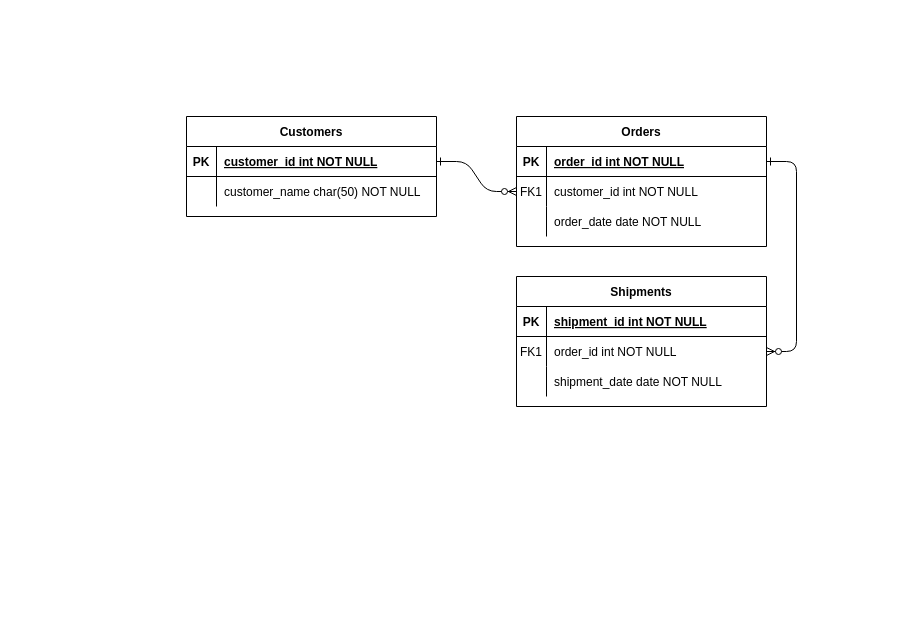
Earlier version of the draw.io diagram Diagramme sans nom.drawio (lina48/project-poo). Source tidied: cells renumbered, new cells numbered last; positions are measured from the earlier drawing's top-left corner, leaving out a move shared by most shapes. Both pictures are drawn from the tidied source at 100%, with x=0, y=0 at pixel (186, 116).
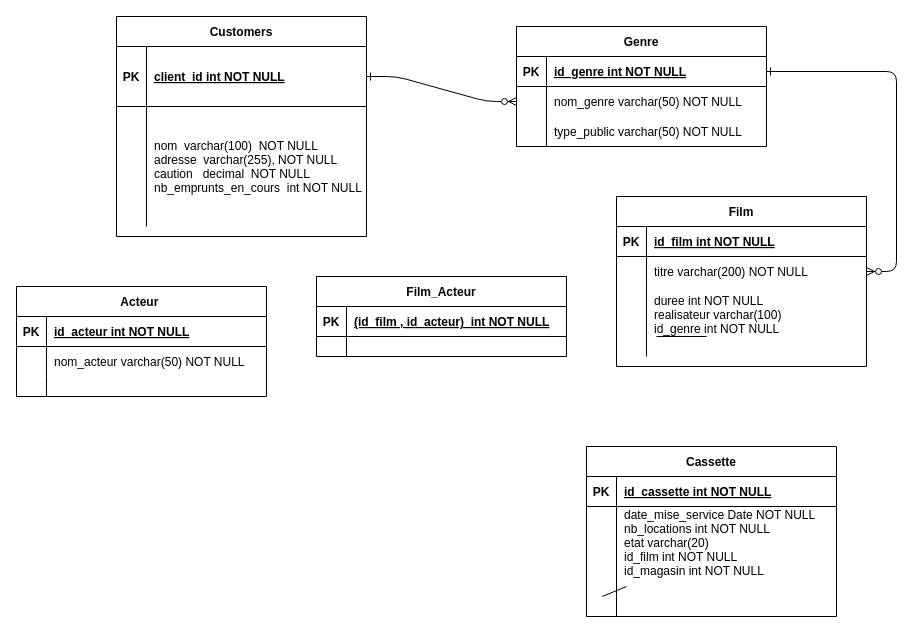
Above is the later version.

Commit message (it also covers changes not shown here):
Mettre à jour Diagramme sans nom.drawio

Unchanged cells that the change refers to:
```xml
<mxCell id="5" style="shape=partialRectangle;fillColor=none;points=[[0,0.5],[1,0.5]];portConstraint=eastwest;top=0;left=0;right=0;bottom=1;" parent="4" vertex="1">
  <mxGeometry y="30" width="250" height="30" as="geometry" />
</mxCell>
<mxCell id="8" style="shape=partialRectangle;fillColor=none;points=[[0,0.5],[1,0.5]];portConstraint=eastwest;top=0;left=0;right=0;bottom=0;" parent="4" vertex="1">
  <mxGeometry y="60" width="250" height="30" as="geometry" />
</mxCell>
<mxCell id="11" style="shape=partialRectangle;fillColor=none;top=0;left=0;right=0;bottom=0;" parent="4" vertex="1">
  <mxGeometry y="90" width="250" height="30" as="geometry" />
</mxCell>
<mxCell id="15" style="shape=partialRectangle;fillColor=none;top=0;left=0;right=0;bottom=1;" parent="14" vertex="1">
  <mxGeometry y="30" width="250" height="30" as="geometry" />
</mxCell>
<mxCell id="18" style="shape=partialRectangle;fillColor=none;points=[[0,0.5],[1,0.5]];portConstraint=eastwest;top=0;left=0;right=0;bottom=0;" parent="14" vertex="1">
  <mxGeometry y="60" width="250" height="30" as="geometry" />
</mxCell>
```

What changed in the source:
```diff
@@
-    <mxCell id="4" value="Orders" style="shape=table;startSize=30;childLayout=tableLayout;rowLines=0;fontStyle=1;align=center;" parent="1" vertex="1">
-      <mxGeometry x="330" width="250" height="130" as="geometry" />
+    <mxCell id="4" value="Genre" style="shape=table;startSize=30;childLayout=tableLayout;rowLines=0;fontStyle=1;align=center;" parent="1" vertex="1">
+      <mxGeometry x="330" y="-90" width="250" height="120" as="geometry" />
     </mxCell>
@@
-    <mxCell id="7" value="order_id int NOT NULL " style="shape=partialRectangle;overflow=hidden;fillColor=none;top=0;left=0;bottom=0;right=0;align=left;spacingLeft=6;fontStyle=5;" parent="5" vertex="1">
+    <mxCell id="7" value="id_genre int NOT NULL " style="shape=partialRectangle;overflow=hidden;fillColor=none;top=0;left=0;bottom=0;right=0;align=left;spacingLeft=6;fontStyle=5;" parent="5" vertex="1">
       <mxGeometry x="30" width="220" height="30" as="geometry" />
     </mxCell>
@@
-    <mxCell id="9" value="FK1" style="shape=partialRectangle;overflow=hidden;fillColor=none;top=0;left=0;bottom=0;right=0;" parent="8" vertex="1">
+    <mxCell id="9" style="shape=partialRectangle;overflow=hidden;fillColor=none;top=0;left=0;bottom=0;right=0;" parent="8" vertex="1">
       <mxGeometry width="30" height="30" as="geometry" />
     </mxCell>
-    <mxCell id="10" value="customer_id int NOT NULL" style="shape=partialRectangle;overflow=hidden;fillColor=none;top=0;left=0;bottom=0;right=0;align=left;spacingLeft=6;" parent="8" vertex="1">
+    <mxCell id="10" value="nom_genre varchar(50) NOT NULL" style="shape=partialRectangle;overflow=hidden;fillColor=none;top=0;left=0;bottom=0;right=0;align=left;spacingLeft=6;" parent="8" vertex="1">
       <mxGeometry x="30" width="220" height="30" as="geometry" />
     </mxCell>
@@
-    <mxCell id="13" value="order_date date NOT NULL" style="shape=partialRectangle;overflow=hidden;fillColor=none;top=0;left=0;bottom=0;right=0;align=left;spacingLeft=6;" parent="11" vertex="1">
+    <mxCell id="13" value="type_public varchar(50) NOT NULL" style="shape=partialRectangle;overflow=hidden;fillColor=none;top=0;left=0;bottom=0;right=0;align=left;spacingLeft=6;" parent="11" vertex="1">
       <mxGeometry x="30" width="220" height="30" as="geometry" />
     </mxCell>
-    <mxCell id="14" value="Shipments" style="shape=table;startSize=30;childLayout=tableLayout;rowLines=0;fontStyle=1;align=center;" parent="1" vertex="1">
-      <mxGeometry x="330" y="160" width="250" height="130" as="geometry" />
+    <mxCell id="14" value="Film" style="shape=table;startSize=30;childLayout=tableLayout;rowLines=0;fontStyle=1;align=center;" parent="1" vertex="1">
+      <mxGeometry x="430" y="80" width="250" height="170" as="geometry" />
     </mxCell>
@@
-    <mxCell id="17" value="shipment_id int NOT NULL " style="shape=partialRectangle;overflow=hidden;fillColor=none;top=0;left=0;bottom=0;right=0;align=left;spacingLeft=6;fontStyle=5;" parent="15" vertex="1">
+    <mxCell id="17" value="id_film int NOT NULL " style="shape=partialRectangle;overflow=hidden;fillColor=none;top=0;left=0;bottom=0;right=0;align=left;spacingLeft=6;fontStyle=5;" parent="15" vertex="1">
       <mxGeometry x="30" width="220" height="30" as="geometry" />
     </mxCell>
@@
-    <mxCell id="19" value="FK1" style="shape=partialRectangle;overflow=hidden;fillColor=none;top=0;left=0;bottom=0;right=0;" parent="18" vertex="1">
+    <mxCell id="19" style="shape=partialRectangle;overflow=hidden;fillColor=none;top=0;left=0;bottom=0;right=0;" parent="18" vertex="1">
       <mxGeometry width="30" height="30" as="geometry" />
     </mxCell>
-    <mxCell id="20" value="order_id int NOT NULL" style="shape=partialRectangle;overflow=hidden;fillColor=none;top=0;left=0;bottom=0;right=0;align=left;spacingLeft=6;" parent="18" vertex="1">
+    <mxCell id="20" value="titre varchar(200) NOT NULL" style="shape=partialRectangle;overflow=hidden;fillColor=none;top=0;left=0;bottom=0;right=0;align=left;spacingLeft=6;" parent="18" vertex="1">
       <mxGeometry x="30" width="220" height="30" as="geometry" />
     </mxCell>
     <mxCell id="21" style="shape=partialRectangle;fillColor=none;top=0;left=0;right=0;bottom=0;" parent="14" vertex="1">
-      <mxGeometry y="90" width="250" height="30" as="geometry" />
+      <mxGeometry y="90" width="250" height="70" as="geometry" />
     </mxCell>
     <mxCell id="22" style="shape=partialRectangle;overflow=hidden;fillColor=none;top=0;left=0;bottom=0;right=0;" parent="21" vertex="1">
-      <mxGeometry width="30" height="30" as="geometry" />
+      <mxGeometry width="30" height="70" as="geometry" />
     </mxCell>
-    <mxCell id="23" value="shipment_date date NOT NULL" style="shape=partialRectangle;overflow=hidden;fillColor=none;top=0;left=0;bottom=0;right=0;align=left;spacingLeft=6;" parent="21" vertex="1">
-      <mxGeometry x="30" width="220" height="30" as="geometry" />
+    <mxCell id="23" value="duree int NOT NULL  &#10;realisateur varchar(100) &#10;id_genre int NOT NULL   &#10;" style="shape=partialRectangle;overflow=hidden;fillColor=none;top=0;left=0;bottom=0;right=0;align=left;spacingLeft=6;" parent="21" vertex="1">
+      <mxGeometry x="30" width="220" height="70" as="geometry" />
     </mxCell>
     <mxCell id="24" value="Customers" style="shape=table;startSize=30;childLayout=tableLayout;rowLines=0;fontStyle=1;align=center;" parent="1" vertex="1">
-      <mxGeometry width="250" height="100" as="geometry" />
+      <mxGeometry x="-70" y="-100" width="250" height="220" as="geometry" />
     </mxCell>
     <mxCell id="25" style="shape=partialRectangle;fillColor=none;points=[[0,0.5],[1,0.5]];portConstraint=eastwest;top=0;left=0;right=0;bottom=1;" parent="24" vertex="1">
-      <mxGeometry y="30" width="250" height="30" as="geometry" />
+      <mxGeometry y="30" width="250" height="60" as="geometry" />
     </mxCell>
     <mxCell id="26" value="PK" style="shape=partialRectangle;overflow=hidden;fillColor=none;top=0;left=0;bottom=0;right=0;fontStyle=1;" parent="25" vertex="1">
-      <mxGeometry width="30" height="30" as="geometry" />
+      <mxGeometry width="30" height="60" as="geometry" />
     </mxCell>
-    <mxCell id="27" value="customer_id int NOT NULL " style="shape=partialRectangle;overflow=hidden;fillColor=none;top=0;left=0;bottom=0;right=0;align=left;spacingLeft=6;fontStyle=5;" parent="25" vertex="1">
-      <mxGeometry x="30" width="220" height="30" as="geometry" />
+    <mxCell id="27" value="client_id int NOT NULL " style="shape=partialRectangle;overflow=hidden;fillColor=none;top=0;left=0;bottom=0;right=0;align=left;spacingLeft=6;fontStyle=5;" parent="25" vertex="1">
+      <mxGeometry x="30" width="220" height="60" as="geometry" />
     </mxCell>
     <mxCell id="28" style="shape=partialRectangle;fillColor=none;top=0;left=0;right=0;bottom=0;" parent="24" vertex="1">
-      <mxGeometry y="60" width="250" height="30" as="geometry" />
+      <mxGeometry y="90" width="250" height="120" as="geometry" />
     </mxCell>
     <mxCell id="29" style="shape=partialRectangle;overflow=hidden;fillColor=none;top=0;left=0;bottom=0;right=0;" parent="28" vertex="1">
-      <mxGeometry width="30" height="30" as="geometry" />
+      <mxGeometry width="30" height="120" as="geometry" />
     </mxCell>
-    <mxCell id="30" value="customer_name char(50) NOT NULL" style="shape=partialRectangle;overflow=hidden;fillColor=none;top=0;left=0;bottom=0;right=0;align=left;spacingLeft=6;" parent="28" vertex="1">
-      <mxGeometry x="30" width="220" height="30" as="geometry" />
+    <mxCell id="30" value="nom  varchar(100)  NOT NULL&#10;adresse  varchar(255), NOT NULL&#10;caution   decimal  NOT NULL&#10;nb_emprunts_en_cours  int NOT NULL " style="shape=partialRectangle;overflow=hidden;fillColor=none;top=0;left=0;bottom=0;right=0;align=left;spacingLeft=6;" parent="28" vertex="1">
+      <mxGeometry x="30" width="220" height="120" as="geometry" />
     </mxCell>
+    <mxCell id="31" style="endArrow=none;html=1;rounded=0;" parent="1" edge="1">
+      <mxGeometry relative="1" as="geometry">
+        <mxPoint x="470" y="220" as="sourcePoint" />
+        <mxPoint x="520" y="220" as="targetPoint" />
+      </mxGeometry>
+    </mxCell>
+    <mxCell id="32" value="Acteur " style="shape=table;startSize=30;childLayout=tableLayout;rowLines=0;fontStyle=1;align=center;" parent="1" vertex="1">
+      <mxGeometry x="-170" y="170" width="250" height="110" as="geometry" />
+    </mxCell>
+    <mxCell id="33" style="shape=partialRectangle;fillColor=none;top=0;left=0;right=0;bottom=1;" parent="32" vertex="1">
+      <mxGeometry y="30" width="250" height="30" as="geometry" />
+    </mxCell>
+    <mxCell id="34" value="PK" style="shape=partialRectangle;overflow=hidden;fillColor=none;top=0;left=0;bottom=0;right=0;fontStyle=1;" parent="33" vertex="1">
+      <mxGeometry width="30" height="30" as="geometry" />
+    </mxCell>
+    <mxCell id="35" value="id_acteur int NOT NULL " style="shape=partialRectangle;overflow=hidden;fillColor=none;top=0;left=0;bottom=0;right=0;align=left;spacingLeft=6;fontStyle=5;" parent="33" vertex="1">
+      <mxGeometry x="30" width="220" height="30" as="geometry" />
+    </mxCell>
+    <mxCell id="36" style="shape=partialRectangle;fillColor=none;top=0;left=0;right=0;bottom=0;" parent="32" vertex="1">
+      <mxGeometry y="60" width="250" height="30" as="geometry" />
+    </mxCell>
+    <mxCell id="37" style="shape=partialRectangle;overflow=hidden;fillColor=none;top=0;left=0;bottom=0;right=0;" parent="36" vertex="1">
+      <mxGeometry width="30" height="30" as="geometry" />
+    </mxCell>
+    <mxCell id="38" value="nom_acteur varchar(50) NOT NULL" style="shape=partialRectangle;overflow=hidden;fillColor=none;top=0;left=0;bottom=0;right=0;align=left;spacingLeft=6;" parent="36" vertex="1">
+      <mxGeometry x="30" width="220" height="30" as="geometry" />
+    </mxCell>
+    <mxCell id="39" style="shape=partialRectangle;fillColor=none;top=0;left=0;right=0;bottom=0;" parent="32" vertex="1">
+      <mxGeometry y="90" width="250" height="20" as="geometry" />
+    </mxCell>
+    <mxCell id="40" style="shape=partialRectangle;overflow=hidden;fillColor=none;top=0;left=0;bottom=0;right=0;" parent="39" vertex="1">
+      <mxGeometry width="30" height="20" as="geometry" />
+    </mxCell>
+    <mxCell id="41" style="shape=partialRectangle;overflow=hidden;fillColor=none;top=0;left=0;bottom=0;right=0;align=left;spacingLeft=6;" parent="39" vertex="1">
+      <mxGeometry x="30" width="220" height="20" as="geometry" />
+    </mxCell>
+    <mxCell id="42" value="Film_Acteur" style="shape=table;startSize=30;childLayout=tableLayout;rowLines=0;fontStyle=1;align=center;" parent="1" vertex="1">
+      <mxGeometry x="130" y="160" width="250" height="80" as="geometry" />
+    </mxCell>
+    <mxCell id="43" style="shape=partialRectangle;fillColor=none;top=0;left=0;right=0;bottom=1;" parent="42" vertex="1">
+      <mxGeometry y="30" width="250" height="30" as="geometry" />
+    </mxCell>
+    <mxCell id="44" value="PK" style="shape=partialRectangle;overflow=hidden;fillColor=none;top=0;left=0;bottom=0;right=0;fontStyle=1;" parent="43" vertex="1">
+      <mxGeometry width="30" height="30" as="geometry" />
+    </mxCell>
+    <mxCell id="45" value="(id_film , id_acteur)  int NOT NULL " style="shape=partialRectangle;overflow=hidden;fillColor=none;top=0;left=0;bottom=0;right=0;align=left;spacingLeft=6;fontStyle=5;" parent="43" vertex="1">
+      <mxGeometry x="30" width="220" height="30" as="geometry" />
+    </mxCell>
+    <mxCell id="46" style="shape=partialRectangle;fillColor=none;top=0;left=0;right=0;bottom=0;" parent="42" vertex="1">
+      <mxGeometry y="60" width="250" height="20" as="geometry" />
+    </mxCell>
+    <mxCell id="47" style="shape=partialRectangle;overflow=hidden;fillColor=none;top=0;left=0;bottom=0;right=0;" parent="46" vertex="1">
+      <mxGeometry width="30" height="20" as="geometry" />
+    </mxCell>
+    <mxCell id="48" style="shape=partialRectangle;overflow=hidden;fillColor=none;top=0;left=0;bottom=0;right=0;align=left;spacingLeft=6;" parent="46" vertex="1">
+      <mxGeometry x="30" width="220" height="20" as="geometry" />
+    </mxCell>
+    <mxCell id="49" value="Cassette" style="shape=table;startSize=30;childLayout=tableLayout;rowLines=0;fontStyle=1;align=center;" parent="1" vertex="1">
+      <mxGeometry x="400" y="330" width="250" height="170" as="geometry" />
+    </mxCell>
+    <mxCell id="50" style="shape=partialRectangle;fillColor=none;top=0;left=0;right=0;bottom=1;" parent="49" vertex="1">
+      <mxGeometry y="30" width="250" height="30" as="geometry" />
+    </mxCell>
+    <mxCell id="51" value="PK" style="shape=partialRectangle;overflow=hidden;fillColor=none;top=0;left=0;bottom=0;right=0;fontStyle=1;" parent="50" vertex="1">
+      <mxGeometry width="30" height="30" as="geometry" />
+    </mxCell>
+    <mxCell id="52" value="id_cassette int NOT NULL " style="shape=partialRectangle;overflow=hidden;fillColor=none;top=0;left=0;bottom=0;right=0;align=left;spacingLeft=6;fontStyle=5;" parent="50" vertex="1">
+      <mxGeometry x="30" width="220" height="30" as="geometry" />
+    </mxCell>
+    <mxCell id="53" style="shape=partialRectangle;fillColor=none;points=[[0,0.5],[1,0.5]];portConstraint=eastwest;top=0;left=0;right=0;bottom=0;" parent="49" vertex="1">
+      <mxGeometry y="60" width="250" height="90" as="geometry" />
+    </mxCell>
+    <mxCell id="54" style="shape=partialRectangle;overflow=hidden;fillColor=none;top=0;left=0;bottom=0;right=0;" parent="53" vertex="1">
+      <mxGeometry width="30" height="90" as="geometry" />
+    </mxCell>
+    <mxCell id="55" value="date_mise_service Date NOT NULL &#10;nb_locations int NOT NULL  &#10;etat varchar(20) &#10;id_film int NOT NULL &#10;id_magasin int NOT NULL  &#10;&#10;" style="shape=partialRectangle;overflow=hidden;fillColor=none;top=0;left=0;bottom=0;right=0;align=left;spacingLeft=6;" parent="53" vertex="1">
+      <mxGeometry x="30" width="220" height="90" as="geometry" />
+    </mxCell>
+    <mxCell id="56" style="shape=partialRectangle;fillColor=none;top=0;left=0;right=0;bottom=0;" parent="49" vertex="1">
+      <mxGeometry y="150" width="250" height="20" as="geometry" />
+    </mxCell>
+    <mxCell id="57" style="shape=partialRectangle;overflow=hidden;fillColor=none;top=0;left=0;bottom=0;right=0;" parent="56" vertex="1">
+      <mxGeometry width="30" height="20" as="geometry" />
+    </mxCell>
+    <mxCell id="58" style="shape=partialRectangle;overflow=hidden;fillColor=none;top=0;left=0;bottom=0;right=0;align=left;spacingLeft=6;" parent="56" vertex="1">
+      <mxGeometry x="30" width="220" height="20" as="geometry" />
+    </mxCell>
+    <mxCell id="59" style="endArrow=none;html=1;rounded=0;" parent="1" edge="1" target="53">
+      <mxGeometry relative="1" as="geometry">
+        <mxPoint x="440" y="470" as="sourcePoint" />
+      </mxGeometry>
+    </mxCell>
```
